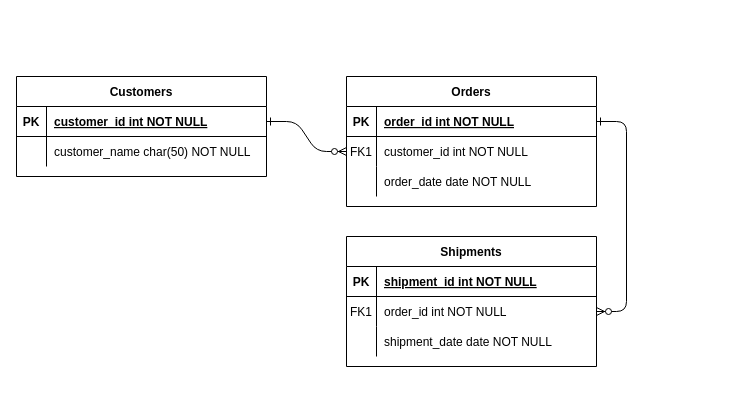
DDE-64-bit/Informatica-Social keeps this draw.io diagram as opdracht-c4-informatica.drawio. Above is the earlier version. Source tidied: cells renumbered, new cells numbered last; positions are measured from the earlier drawing's top-left corner, leaving out a move shared by most shapes. Both pictures are drawn from the tidied source at 100%, with x=0, y=0 at pixel (16, 76).
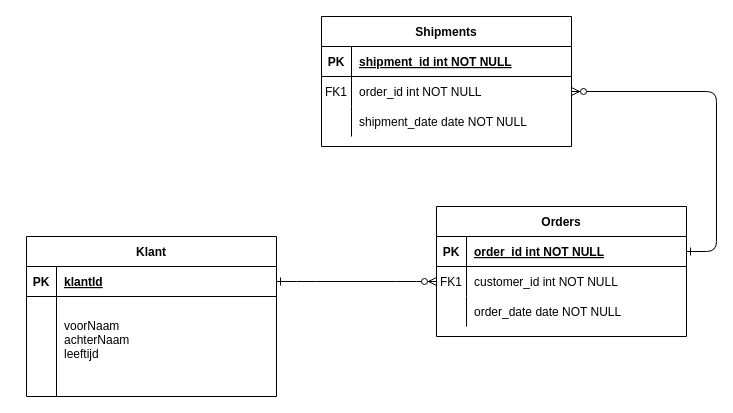
After the change.

The change refers to these unchanged cells:
```xml
<mxCell id="25" style="shape=partialRectangle;fillColor=none;points=[[0,0.5],[1,0.5]];portConstraint=eastwest;top=0;left=0;right=0;bottom=1;" parent="24" vertex="1">
  <mxGeometry y="30" width="250" height="30" as="geometry" />
</mxCell>
```

What changed in the source:
```diff
@@
     <mxCell id="4" value="Orders" style="shape=table;startSize=30;childLayout=tableLayout;rowLines=0;fontStyle=1;align=center;" parent="1" vertex="1">
-      <mxGeometry x="330" width="250" height="130" as="geometry" />
+      <mxGeometry x="420" y="130" width="250" height="130" as="geometry" />
     </mxCell>
@@
     <mxCell id="14" value="Shipments" style="shape=table;startSize=30;childLayout=tableLayout;rowLines=0;fontStyle=1;align=center;" parent="1" vertex="1">
-      <mxGeometry x="330" y="160" width="250" height="130" as="geometry" />
+      <mxGeometry x="305" y="-60" width="250" height="130" as="geometry" />
     </mxCell>
@@
-    <mxCell id="24" value="Customers" style="shape=table;startSize=30;childLayout=tableLayout;rowLines=0;fontStyle=1;align=center;" parent="1" vertex="1">
-      <mxGeometry width="250" height="100" as="geometry" />
+    <mxCell id="24" value="Klant" style="shape=table;startSize=30;childLayout=tableLayout;rowLines=0;fontStyle=1;align=center;" parent="1" vertex="1">
+      <mxGeometry x="10" y="160" width="250" height="160" as="geometry" />
     </mxCell>
@@
-    <mxCell id="27" value="customer_id int NOT NULL " style="shape=partialRectangle;overflow=hidden;fillColor=none;top=0;left=0;bottom=0;right=0;align=left;spacingLeft=6;fontStyle=5;" parent="25" vertex="1">
+    <mxCell id="27" value="klantId" style="shape=partialRectangle;overflow=hidden;fillColor=none;top=0;left=0;bottom=0;right=0;align=left;spacingLeft=6;fontStyle=5;" parent="25" vertex="1">
       <mxGeometry x="30" width="220" height="30" as="geometry" />
     </mxCell>
     <mxCell id="28" style="shape=partialRectangle;fillColor=none;top=0;left=0;right=0;bottom=0;" parent="24" vertex="1">
-      <mxGeometry y="60" width="250" height="30" as="geometry" />
+      <mxGeometry y="60" width="250" height="100" as="geometry" />
     </mxCell>
     <mxCell id="29" style="shape=partialRectangle;overflow=hidden;fillColor=none;top=0;left=0;bottom=0;right=0;" parent="28" vertex="1">
-      <mxGeometry width="30" height="30" as="geometry" />
+      <mxGeometry width="30" height="100" as="geometry" />
     </mxCell>
-    <mxCell id="30" value="customer_name char(50) NOT NULL" style="shape=partialRectangle;overflow=hidden;fillColor=none;top=0;left=0;bottom=0;right=0;align=left;spacingLeft=6;" parent="28" vertex="1">
-      <mxGeometry x="30" width="220" height="30" as="geometry" />
+    <mxCell id="30" value="voorNaam&#10;achterNaam&#10;leeftijd&#10;" style="shape=partialRectangle;overflow=hidden;fillColor=none;top=0;left=0;bottom=0;right=0;align=left;spacingLeft=6;" parent="28" vertex="1">
+      <mxGeometry x="30" width="220" height="100" as="geometry" />
     </mxCell>
```
